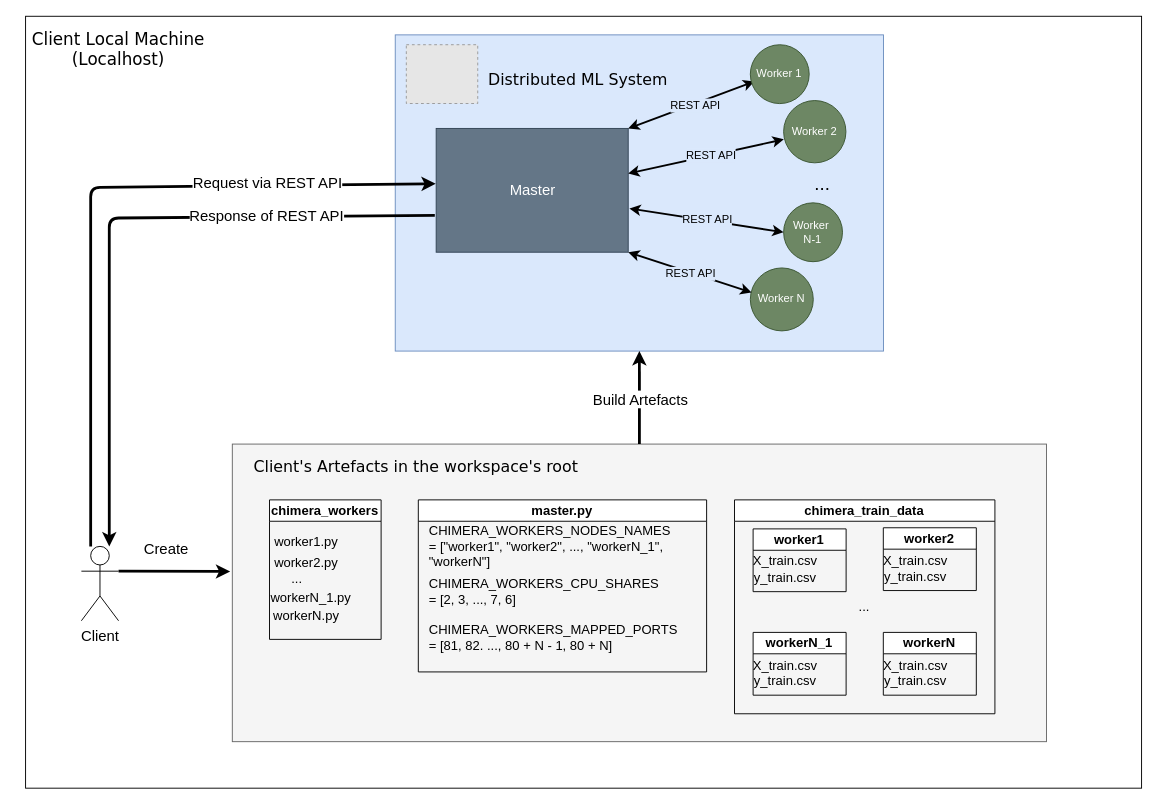
Above: images/client/client_interactions.drawio in Samirnunes/chimera (draw.io), before the change. Source tidied: cells renumbered, new cells numbered last; positions are measured from the earlier drawing's top-left corner, leaving out a move shared by most shapes. Both pictures are drawn from the tidied source at 93%, with x=0, y=0 at pixel (16, 16). Pictures stored in the file or linked from it are replaced by grey dashed boxes.
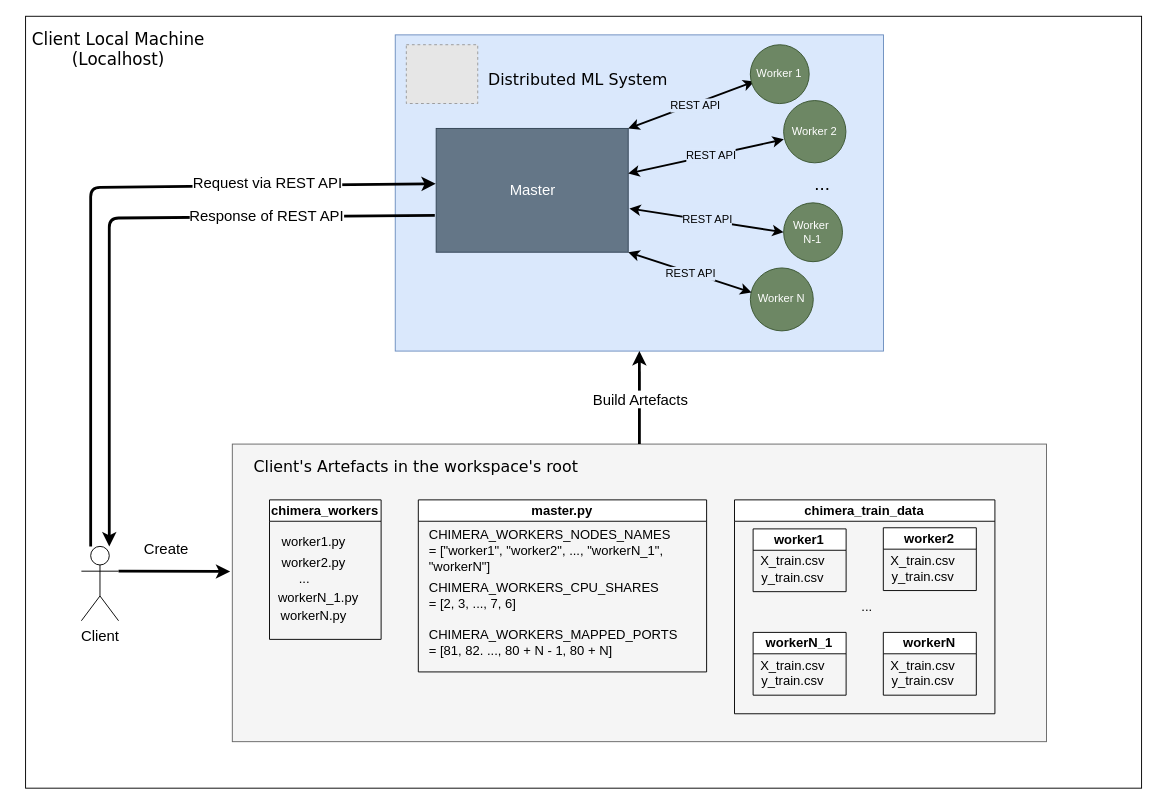
After the change.

Unchanged cells that the change refers to:
```xml
<mxCell id="26" style="group;fontSize=14;" parent="1" vertex="1">
  <mxGeometry x="272.3" y="520" width="120" height="150" as="geometry" />
</mxCell>
<mxCell id="27" value="chimera_workers" style="swimlane;whiteSpace=wrap;html=1;fontSize=14;" parent="26" vertex="1">
  <mxGeometry width="120" height="150" as="geometry" />
</mxCell>
<mxCell id="33" style="group;fontSize=14;" parent="1" vertex="1">
  <mxGeometry x="432.3" y="520" width="310" height="185" as="geometry" />
</mxCell>
<mxCell id="34" value="master.py" style="swimlane;whiteSpace=wrap;html=1;fontSize=14;" parent="33" vertex="1">
  <mxGeometry width="310" height="185" as="geometry" />
</mxCell>
<mxCell id="38" style="group;fontSize=14;" parent="1" vertex="1">
  <mxGeometry x="772.3" y="520" width="280" height="230" as="geometry" />
</mxCell>
<mxCell id="39" value="chimera_train_data" style="swimlane;whiteSpace=wrap;html=1;fontSize=14;" parent="38" vertex="1">
  <mxGeometry width="280" height="230" as="geometry" />
</mxCell>
```

The edit, as a diff of the source:
```diff
@@
     <mxCell id="28" value="worker2.py" style="text;html=1;align=center;verticalAlign=middle;whiteSpace=wrap;rounded=0;fontSize=14;" parent="27" vertex="1">
-      <mxGeometry x="5" y="52.5" width="70" height="30" as="geometry" />
+      <mxGeometry x="12.7" y="52.5" width="70" height="30" as="geometry" />
     </mxCell>
     <mxCell id="29" value="workerN.py" style="text;html=1;align=center;verticalAlign=middle;whiteSpace=wrap;rounded=0;fontSize=14;" parent="27" vertex="1">
-      <mxGeometry x="5" y="110" width="70" height="30" as="geometry" />
+      <mxGeometry x="12.7" y="110" width="70" height="30" as="geometry" />
     </mxCell>
     <mxCell id="30" value="worker1.py" style="text;html=1;align=center;verticalAlign=middle;whiteSpace=wrap;rounded=0;fontSize=14;" parent="26" vertex="1">
-      <mxGeometry x="10" y="30" width="60" height="30" as="geometry" />
+      <mxGeometry x="17.7" y="30" width="60" height="30" as="geometry" />
     </mxCell>
     <mxCell id="31" value="workerN_1.py" style="text;html=1;align=center;verticalAlign=middle;whiteSpace=wrap;rounded=0;fontSize=14;" parent="26" vertex="1">
-      <mxGeometry x="10" y="90" width="70" height="30" as="geometry" />
+      <mxGeometry x="17.7" y="90" width="70" height="30" as="geometry" />
     </mxCell>
     <mxCell id="32" value="&lt;font&gt;...&lt;/font&gt;" style="text;html=1;align=center;verticalAlign=middle;whiteSpace=wrap;rounded=0;fontSize=14;" parent="26" vertex="1">
-      <mxGeometry y="70" width="60" height="30" as="geometry" />
+      <mxGeometry x="7.7" y="70" width="60" height="30" as="geometry" />
     </mxCell>
@@
     <mxCell id="35" value="&lt;font&gt;CHIMERA_WORKERS_NODES_NAMES&lt;/font&gt;&lt;div&gt;&lt;font&gt;=&amp;nbsp;[&quot;worker1&quot;, &quot;worker2&quot;, ..., &quot;workerN_1&quot;, &quot;workerN&quot;]&lt;/font&gt;&lt;/div&gt;" style="text;html=1;align=left;verticalAlign=middle;whiteSpace=wrap;rounded=0;fontSize=14;" parent="34" vertex="1">
-      <mxGeometry x="10" y="35" width="280" height="30" as="geometry" />
+      <mxGeometry x="10" y="40" width="280" height="30" as="geometry" />
     </mxCell>
     <mxCell id="36" value="CHIMERA_WORKERS_MAPPED_PORTS&#10;= [81, 82. ..., 80 + N - 1, 80 + N]" style="text;whiteSpace=wrap;fontSize=14;" parent="34" vertex="1">
-      <mxGeometry x="10" y="125" width="260" height="40" as="geometry" />
+      <mxGeometry x="10" y="130" width="260" height="40" as="geometry" />
     </mxCell>
     <mxCell id="37" value="CHIMERA_WORKERS_CPU_SHARES &#10;= [2, 3, ..., 7, 6]" style="text;whiteSpace=wrap;fontSize=14;" parent="33" vertex="1">
-      <mxGeometry x="10" y="75" width="250" height="40" as="geometry" />
+      <mxGeometry x="10" y="80" width="250" height="40" as="geometry" />
     </mxCell>
@@
+    <mxCell id="43" value="&lt;font&gt;...&lt;/font&gt;" style="text;html=1;align=center;verticalAlign=middle;whiteSpace=wrap;rounded=0;fontSize=14;" parent="39" vertex="1">
+      <mxGeometry x="112.7" y="100" width="60" height="30" as="geometry" />
+    </mxCell>
@@
-    <mxCell id="43" value="&lt;font&gt;...&lt;/font&gt;" style="text;html=1;align=center;verticalAlign=middle;whiteSpace=wrap;rounded=0;fontSize=14;" parent="38" vertex="1">
-      <mxGeometry x="110" y="100" width="60" height="30" as="geometry" />
-    </mxCell>
@@
     <mxCell id="45" value="X_train.csv" style="text;html=1;align=center;verticalAlign=middle;whiteSpace=wrap;rounded=0;fontSize=14;" parent="38" vertex="1">
-      <mxGeometry x="25" y="51.2" width="60" height="30" as="geometry" />
+      <mxGeometry x="32.7" y="51.2" width="60" height="30" as="geometry" />
     </mxCell>
     <mxCell id="46" value="y_train.csv" style="text;html=1;align=center;verticalAlign=middle;whiteSpace=wrap;rounded=0;fontSize=14;" parent="38" vertex="1">
-      <mxGeometry x="25" y="68.8" width="60" height="30" as="geometry" />
+      <mxGeometry x="32.7" y="68.8" width="60" height="30" as="geometry" />
     </mxCell>
     <mxCell id="47" value="X_train.csv" style="text;html=1;align=center;verticalAlign=middle;whiteSpace=wrap;rounded=0;fontSize=14;" parent="38" vertex="1">
-      <mxGeometry x="165" y="50" width="60" height="30" as="geometry" />
+      <mxGeometry x="172.7" y="50" width="60" height="30" as="geometry" />
     </mxCell>
     <mxCell id="48" value="y_train.csv" style="text;html=1;align=center;verticalAlign=middle;whiteSpace=wrap;rounded=0;fontSize=14;" parent="38" vertex="1">
-      <mxGeometry x="165" y="67.5" width="60" height="30" as="geometry" />
+      <mxGeometry x="172.7" y="67.5" width="60" height="30" as="geometry" />
     </mxCell>
     <mxCell id="49" value="X_train.csv" style="text;html=1;align=center;verticalAlign=middle;whiteSpace=wrap;rounded=0;fontSize=14;" parent="38" vertex="1">
-      <mxGeometry x="25" y="162.5" width="60" height="30" as="geometry" />
+      <mxGeometry x="32.7" y="162.5" width="60" height="30" as="geometry" />
     </mxCell>
     <mxCell id="50" value="y_train.csv" style="text;html=1;align=center;verticalAlign=middle;whiteSpace=wrap;rounded=0;fontSize=14;" parent="38" vertex="1">
-      <mxGeometry x="25" y="180" width="60" height="30" as="geometry" />
+      <mxGeometry x="32.7" y="180" width="60" height="30" as="geometry" />
     </mxCell>
     <mxCell id="51" value="X_train.csv" style="text;html=1;align=center;verticalAlign=middle;whiteSpace=wrap;rounded=0;fontSize=14;" parent="38" vertex="1">
-      <mxGeometry x="165" y="162.5" width="60" height="30" as="geometry" />
+      <mxGeometry x="172.7" y="162.5" width="60" height="30" as="geometry" />
     </mxCell>
     <mxCell id="52" value="y_train.csv" style="text;html=1;align=center;verticalAlign=middle;whiteSpace=wrap;rounded=0;fontSize=14;" parent="38" vertex="1">
-      <mxGeometry x="165" y="180" width="60" height="30" as="geometry" />
+      <mxGeometry x="172.7" y="180" width="60" height="30" as="geometry" />
     </mxCell>
```
